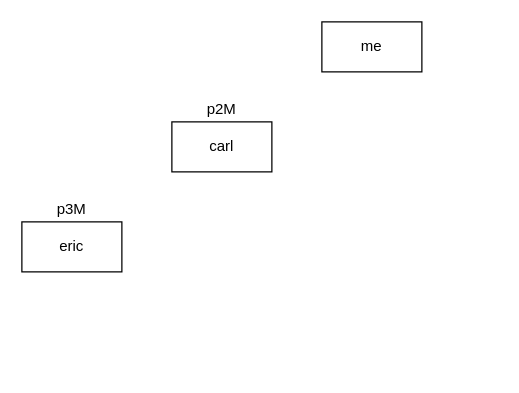
Earlier version of the draw.io diagram Untitled Diagram.drawio (kayden1940/r3f-group-edit-ref). Source tidied: cells renumbered, new cells numbered last; positions are measured from the earlier drawing's top-left corner, leaving out a move shared by most shapes. Both pictures are drawn from the tidied source at 125%, with x=0, y=0 at pixel (21, 21).
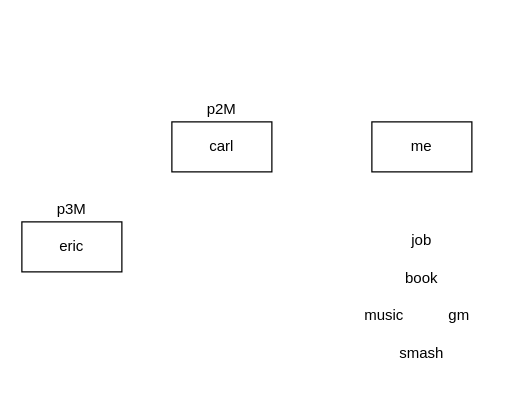
Above is the later version.

Change to the diagram source:
```diff
@@
 <mxGraphModel>
   <root>
     <mxCell id="0" />
     <mxCell id="1" parent="0" />
     <mxCell id="2" value="me" style="rounded=0;whiteSpace=wrap;html=1;" parent="1" vertex="1">
-      <mxGeometry x="240" width="80" height="40" as="geometry" />
+      <mxGeometry x="280" y="80" width="80" height="40" as="geometry" />
     </mxCell>
     <mxCell id="3" value="carl" style="rounded=0;whiteSpace=wrap;html=1;" parent="1" vertex="1">
       <mxGeometry x="120" y="80" width="80" height="40" as="geometry" />
     </mxCell>
     <mxCell id="4" value="eric" style="rounded=0;whiteSpace=wrap;html=1;" parent="1" vertex="1">
       <mxGeometry y="160" width="80" height="40" as="geometry" />
     </mxCell>
     <mxCell id="5" value="p2M" style="text;html=1;strokeColor=none;fillColor=none;align=center;verticalAlign=middle;whiteSpace=wrap;rounded=0;" parent="1" vertex="1">
       <mxGeometry x="120" y="60" width="80" height="20" as="geometry" />
     </mxCell>
     <mxCell id="6" value="p3M" style="text;html=1;strokeColor=none;fillColor=none;align=center;verticalAlign=middle;whiteSpace=wrap;rounded=0;" parent="1" vertex="1">
       <mxGeometry y="140" width="80" height="20" as="geometry" />
     </mxCell>
+    <mxCell id="7" value="job" style="text;html=1;strokeColor=none;fillColor=none;align=center;verticalAlign=middle;whiteSpace=wrap;rounded=0;" parent="1" vertex="1">
+      <mxGeometry x="290" y="160" width="60" height="30" as="geometry" />
+    </mxCell>
+    <mxCell id="8" value="book" style="text;html=1;strokeColor=none;fillColor=none;align=center;verticalAlign=middle;whiteSpace=wrap;rounded=0;" parent="1" vertex="1">
+      <mxGeometry x="290" y="190" width="60" height="30" as="geometry" />
+    </mxCell>
+    <mxCell id="9" value="smash" style="text;html=1;strokeColor=none;fillColor=none;align=center;verticalAlign=middle;whiteSpace=wrap;rounded=0;" parent="1" vertex="1">
+      <mxGeometry x="290" y="250" width="60" height="30" as="geometry" />
+    </mxCell>
+    <mxCell id="10" value="gm" style="text;html=1;strokeColor=none;fillColor=none;align=center;verticalAlign=middle;whiteSpace=wrap;rounded=0;" parent="1" vertex="1">
+      <mxGeometry x="320" y="220" width="60" height="30" as="geometry" />
+    </mxCell>
+    <mxCell id="11" value="music" style="text;html=1;strokeColor=none;fillColor=none;align=center;verticalAlign=middle;whiteSpace=wrap;rounded=0;" parent="1" vertex="1">
+      <mxGeometry x="260" y="220" width="60" height="30" as="geometry" />
+    </mxCell>
   </root>
 </mxGraphModel>
```
